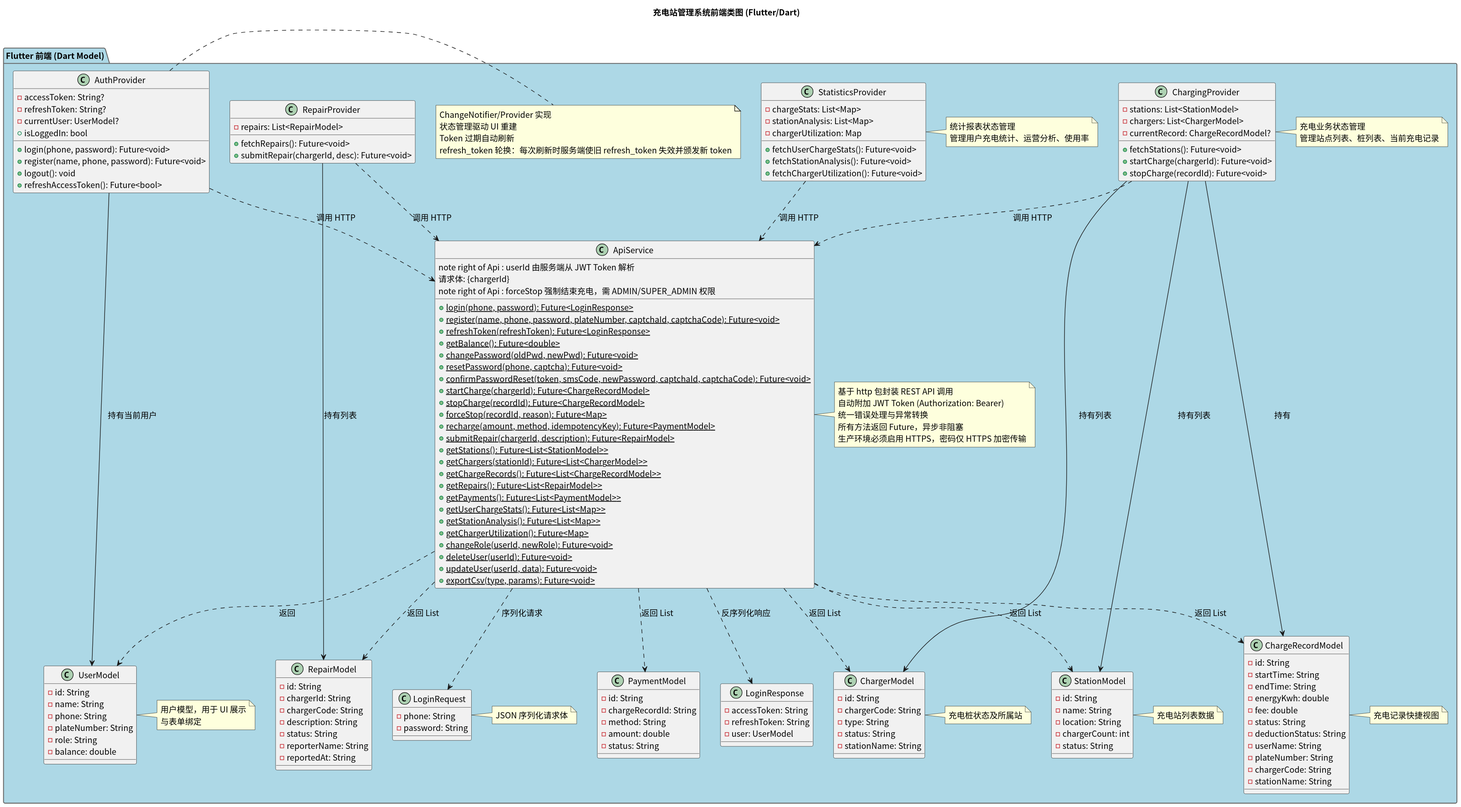
Above: class/img/frontend_class_diagram.svg in greenhandzdl/charging-station-doc (PlantUML), before the change.
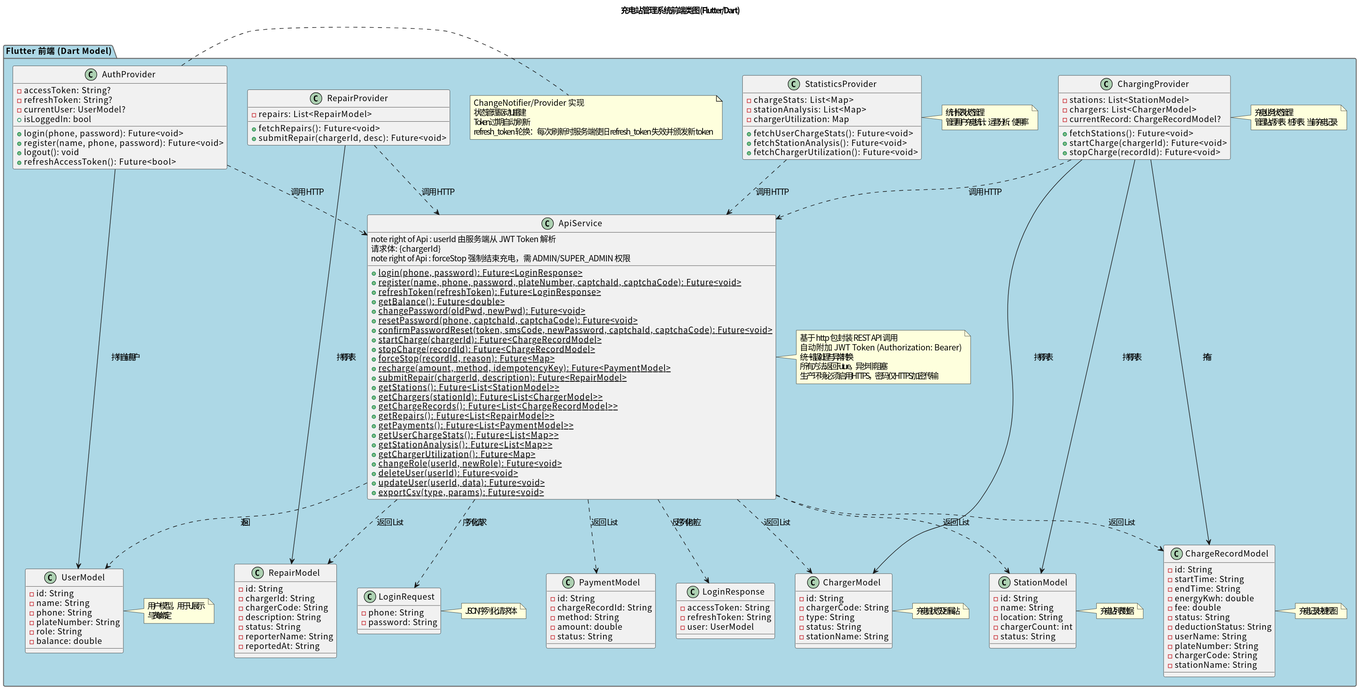
After the change.

Diff of the diagram source:
```diff
@@ -88,7 +88,7 @@
     + {static} refreshToken(refreshToken): Future<LoginResponse>
     + {static} getBalance(): Future<double>
     + {static} changePassword(oldPwd, newPwd): Future<void>
-    + {static} resetPassword(phone, captcha): Future<void>
+    + {static} resetPassword(phone, captchaId, captchaCode): Future<void>
     + {static} confirmPasswordReset(token, smsCode, newPassword, captchaId, captchaCode): Future<void>
     + {static} startCharge(chargerId): Future<ChargeRecordModel>
     note right of Api : userId 由服务端从 JWT Token 解析\n请求体: {chargerId}
```
